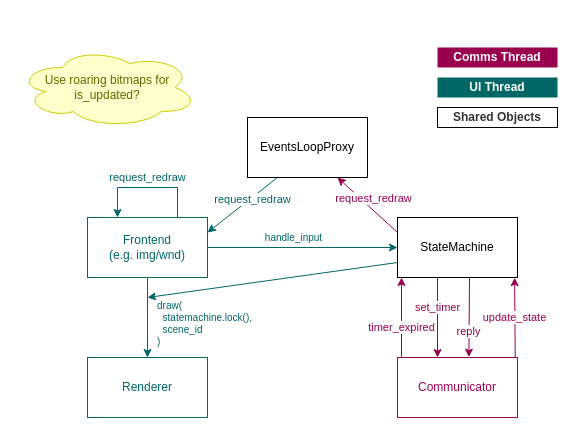
Before: boldui_renderer/design.drawio in Wazzaps/boldui, a draw.io diagram. Source tidied: cells renumbered, new cells numbered last; positions are measured from the earlier drawing's top-left corner, leaving out a move shared by most shapes. Both pictures are drawn from the tidied source at 100%, with x=0, y=0 at pixel (17, 47).
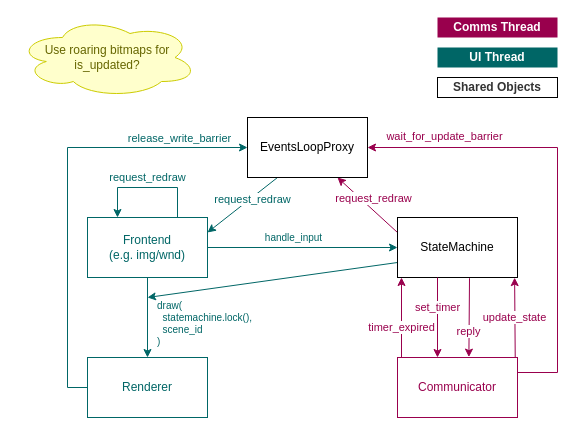
The same page after the edit.

The change refers to these unchanged cells:
```xml
<mxCell id="6" value="Renderer&lt;br&gt;" style="rounded=0;whiteSpace=wrap;html=1;strokeColor=#006666;fontColor=#006666;" parent="1" vertex="1">
  <mxGeometry x="70" y="310" width="120" height="60" as="geometry" />
</mxCell>
<mxCell id="8" value="Communicator" style="rounded=0;whiteSpace=wrap;html=1;strokeColor=#99004D;fontColor=#99004D;" parent="1" vertex="1">
  <mxGeometry x="380" y="310" width="120" height="60" as="geometry" />
</mxCell>
<mxCell id="13" value="EventsLoopProxy" style="rounded=0;whiteSpace=wrap;html=1;" parent="1" vertex="1">
  <mxGeometry x="230" y="70" width="120" height="60" as="geometry" />
</mxCell>
```

The edit, as a diff of the source:
```diff
@@
+    <mxCell id="21" style="edgeStyle=orthogonalEdgeStyle;rounded=0;jettySize=auto;html=1;entryX=0;entryY=0.5;entryDx=0;entryDy=0;fontColor=#006666;strokeColor=#006666;" parent="1" edge="1" source="6" target="13">
+      <mxGeometry relative="1" as="geometry">
+        <Array as="points">
+          <mxPoint x="50" y="340" />
+          <mxPoint x="50" y="100" />
+        </Array>
+      </mxGeometry>
+    </mxCell>
+    <mxCell id="22" value="release_write_barrier" style="edgeLabel;html=1;align=center;verticalAlign=middle;fontColor=#006666;" parent="21" vertex="1">
+      <mxGeometry x="0.72" relative="1" as="geometry">
+        <mxPoint x="-7" y="-10" as="offset" />
+      </mxGeometry>
+    </mxCell>
@@
+    <mxCell id="23" value="wait_for_update_barrier" style="edgeStyle=orthogonalEdgeStyle;rounded=0;jettySize=auto;html=1;exitX=1;exitY=0.25;exitDx=0;exitDy=0;entryX=1;entryY=0.5;entryDx=0;entryDy=0;strokeColor=#99004D;fontColor=#99004D;" parent="1" edge="1" source="8" target="13">
+      <mxGeometry x="0.66" y="-11" relative="1" as="geometry">
+        <Array as="points">
+          <mxPoint x="540" y="325" />
+          <mxPoint x="540" y="100" />
+        </Array>
+      </mxGeometry>
+    </mxCell>
@@
     <mxCell id="14" value="Use roaring bitmaps for is_updated?" style="ellipse;shape=cloud;whiteSpace=wrap;html=1;strokeColor=#CCCC00;fillColor=#FFFFCC;fontColor=#666600;" parent="1" vertex="1">
-      <mxGeometry width="180" height="80" as="geometry" />
+      <mxGeometry y="-30" width="180" height="80" as="geometry" />
     </mxCell>
     <mxCell id="15" value="&lt;font color=&quot;#ffffff&quot;&gt;&lt;b&gt;Comms Thread&lt;/b&gt;&lt;/font&gt;" style="rounded=0;whiteSpace=wrap;html=1;fontColor=#333333;strokeColor=none;fillColor=#99004D;" parent="1" vertex="1">
-      <mxGeometry x="420" width="120" height="20" as="geometry" />
+      <mxGeometry x="420" y="-30" width="120" height="20" as="geometry" />
     </mxCell>
     <mxCell id="16" value="&lt;b&gt;&lt;font color=&quot;#ffffff&quot;&gt;UI Thread&lt;/font&gt;&lt;/b&gt;" style="rounded=0;whiteSpace=wrap;html=1;fontColor=#333333;fillColor=#006666;strokeColor=none;" parent="1" vertex="1">
-      <mxGeometry x="420" y="30" width="120" height="20" as="geometry" />
+      <mxGeometry x="420" width="120" height="20" as="geometry" />
     </mxCell>
@@
     <mxCell id="20" value="&lt;span&gt;&lt;font&gt;Shared Objects&lt;/font&gt;&lt;/span&gt;" style="rounded=0;whiteSpace=wrap;html=1;fillColor=#FFFFFF;fontColor=#333333;fontStyle=1;" parent="1" vertex="1">
-      <mxGeometry x="420" y="60" width="120" height="20" as="geometry" />
+      <mxGeometry x="420" y="30" width="120" height="20" as="geometry" />
     </mxCell>
```
